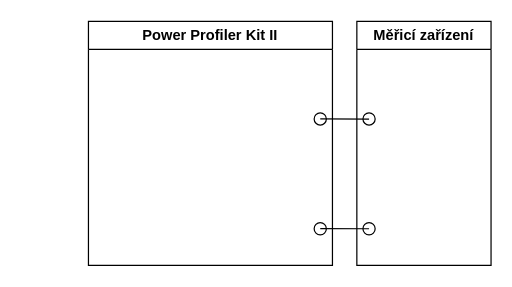
drasalmarek/accelerometer_block_diagram keeps this draw.io diagram as power_profiler_measurement.drawio. Above is the earlier version. Source tidied: cells renumbered, new cells numbered last; positions are measured from the earlier drawing's top-left corner, leaving out a move shared by most shapes. Both pictures are drawn from the tidied source at 122%, with x=0, y=0 at pixel (88, 21).
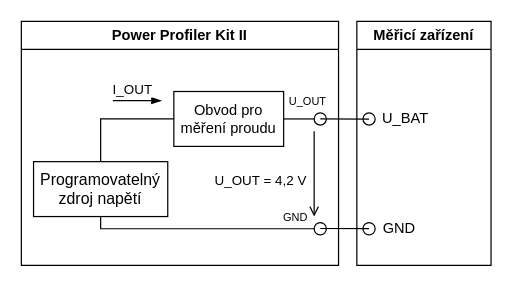
Above is the later version.

Unchanged cells that the change refers to:
```xml
<mxCell id="6" value="Měřicí zařízení" style="swimlane;whiteSpace=wrap;html=1;" parent="1" vertex="1">
  <mxGeometry x="220" width="110" height="200" as="geometry" />
</mxCell>
```

Change to the diagram source:
```diff
@@
     <mxCell id="2" value="Power Profiler Kit II" style="swimlane;whiteSpace=wrap;html=1;" parent="1" vertex="1">
-      <mxGeometry width="200" height="200" as="geometry" />
+      <mxGeometry x="-55" width="260" height="200" as="geometry" />
     </mxCell>
     <mxCell id="3" style="ellipse;whiteSpace=wrap;html=1;fillColor=none;" parent="2" vertex="1">
-      <mxGeometry x="185" y="75" width="10" height="10" as="geometry" />
+      <mxGeometry x="240" y="75" width="10" height="10" as="geometry" />
     </mxCell>
     <mxCell id="4" style="ellipse;whiteSpace=wrap;html=1;fillColor=none;" parent="2" vertex="1">
-      <mxGeometry x="185" y="165" width="10" height="10" as="geometry" />
+      <mxGeometry x="240" y="165" width="10" height="10" as="geometry" />
     </mxCell>
-    <mxCell id="5" style="endArrow=none;html=1;rounded=0;" parent="2" edge="1">
-      <mxGeometry relative="1" as="geometry">
-        <mxPoint x="190" y="169.9" as="sourcePoint" />
-        <mxPoint x="230" y="170" as="targetPoint" />
-      </mxGeometry>
-    </mxCell>
+    <mxCell id="11" style="edgeStyle=orthogonalEdgeStyle;rounded=0;jettySize=auto;html=1;exitX=1;exitY=0.5;exitDx=0;exitDy=0;entryX=0;entryY=0.5;entryDx=0;entryDy=0;endArrow=none;endFill=0;" parent="2" edge="1" source="12" target="3">
+      <mxGeometry relative="1" as="geometry" />
+    </mxCell>
+    <mxCell id="12" value="&lt;font style=&quot;line-height: 100%;&quot;&gt;Obvod pro měření proudu&lt;/font&gt;" style="rounded=0;whiteSpace=wrap;html=1;align=center;" parent="2" vertex="1">
+      <mxGeometry x="125" y="57.5" width="90" height="45" as="geometry" />
+    </mxCell>
+    <mxCell id="13" style="edgeStyle=orthogonalEdgeStyle;rounded=0;jettySize=auto;html=1;exitX=0.5;exitY=0;exitDx=0;exitDy=0;entryX=0;entryY=0.5;entryDx=0;entryDy=0;endArrow=none;endFill=0;" parent="2" edge="1" source="15" target="12">
+      <mxGeometry relative="1" as="geometry" />
+    </mxCell>
+    <mxCell id="14" style="edgeStyle=orthogonalEdgeStyle;rounded=0;jettySize=auto;html=1;exitX=0.5;exitY=1;exitDx=0;exitDy=0;entryX=0;entryY=0.5;entryDx=0;entryDy=0;endArrow=none;endFill=0;" parent="2" edge="1" source="15" target="4">
+      <mxGeometry relative="1" as="geometry">
+        <Array as="points">
+          <mxPoint x="65" y="170" />
+        </Array>
+      </mxGeometry>
+    </mxCell>
+    <mxCell id="15" value="&lt;font style=&quot;line-height: 100%; font-size: 13px;&quot;&gt;Programovatelný zdroj napětí&lt;/font&gt;" style="rounded=0;whiteSpace=wrap;html=1;align=center;" parent="2" vertex="1">
+      <mxGeometry x="10" y="115" width="110" height="45" as="geometry" />
+    </mxCell>
+    <mxCell id="16" style="endArrow=blockThin;html=1;rounded=0;endFill=1;" parent="2" edge="1">
+      <mxGeometry relative="1" as="geometry">
+        <mxPoint x="75" y="65" as="sourcePoint" />
+        <mxPoint x="115" y="65" as="targetPoint" />
+      </mxGeometry>
+    </mxCell>
+    <mxCell id="17" value="I_OUT" style="edgeLabel;html=1;align=center;verticalAlign=middle;" parent="16" vertex="1">
+      <mxGeometry x="-0.58" relative="1" as="geometry">
+        <mxPoint x="7" y="-10" as="offset" />
+      </mxGeometry>
+    </mxCell>
+    <mxCell id="18" style="endArrow=open;html=1;rounded=0;endFill=0;" parent="2" edge="1">
+      <mxGeometry relative="1" as="geometry">
+        <mxPoint x="240" y="90" as="sourcePoint" />
+        <mxPoint x="240" y="160" as="targetPoint" />
+      </mxGeometry>
+    </mxCell>
+    <mxCell id="19" value="U_OUT = 4,2 V" style="edgeLabel;html=1;align=center;verticalAlign=middle;" parent="18" vertex="1">
+      <mxGeometry x="0.06" y="-1" relative="1" as="geometry">
+        <mxPoint x="-44" y="3" as="offset" />
+      </mxGeometry>
+    </mxCell>
+    <mxCell id="20" value="&lt;font style=&quot;font-size: 9px;&quot;&gt;U_OUT&lt;/font&gt;" style="text;html=1;whiteSpace=wrap;strokeColor=none;fillColor=none;align=center;verticalAlign=middle;rounded=0;" parent="2" vertex="1">
+      <mxGeometry x="205" y="50" width="60" height="30" as="geometry" />
+    </mxCell>
+    <mxCell id="21" value="&lt;font style=&quot;font-size: 9px;&quot;&gt;GND&lt;/font&gt;" style="text;html=1;whiteSpace=wrap;strokeColor=none;fillColor=none;align=center;verticalAlign=middle;rounded=0;" parent="2" vertex="1">
+      <mxGeometry x="195" y="145" width="60" height="30" as="geometry" />
+    </mxCell>
@@
+    <mxCell id="22" value="&lt;font&gt;U_BAT&lt;/font&gt;" style="text;html=1;whiteSpace=wrap;strokeColor=none;fillColor=none;align=center;verticalAlign=middle;rounded=0;" parent="6" vertex="1">
+      <mxGeometry x="10" y="65" width="60" height="30" as="geometry" />
+    </mxCell>
+    <mxCell id="23" value="&lt;font&gt;GND&lt;/font&gt;" style="text;html=1;whiteSpace=wrap;strokeColor=none;fillColor=none;align=center;verticalAlign=middle;rounded=0;" parent="6" vertex="1">
+      <mxGeometry x="5" y="155" width="60" height="30" as="geometry" />
+    </mxCell>
@@
+    <mxCell id="5" style="endArrow=none;html=1;rounded=0;" parent="1" edge="1">
+      <mxGeometry relative="1" as="geometry">
+        <mxPoint x="190" y="169.8" as="sourcePoint" />
+        <mxPoint x="230" y="169.9" as="targetPoint" />
+      </mxGeometry>
+    </mxCell>
```
